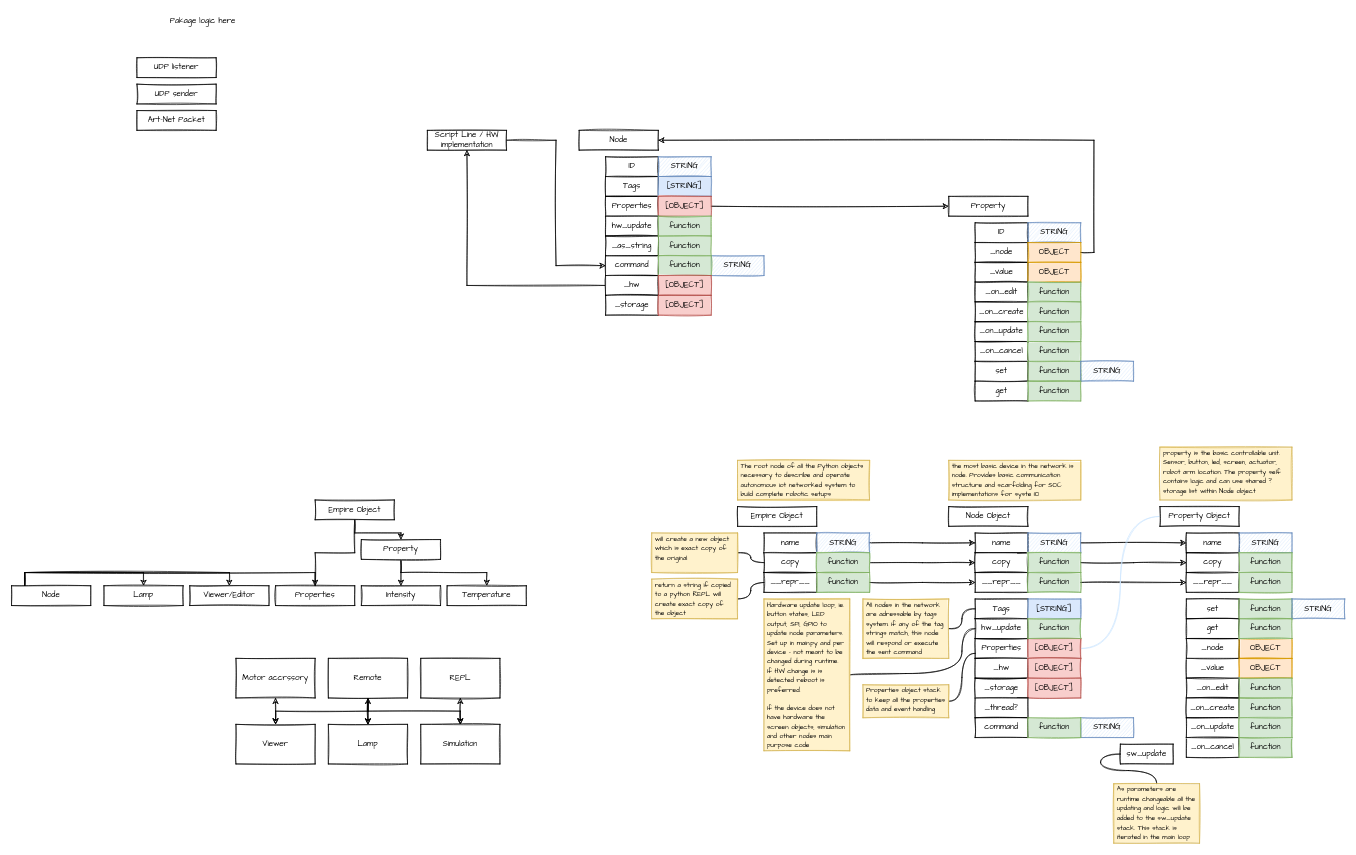
This is empire/Untitled Diagram.drawio from empire-ai/EmpireNode, a draw.io file, before an edit. Source tidied: cells renumbered, new cells numbered last; positions are measured from the earlier drawing's top-left corner, leaving out a move shared by most shapes. Both pictures are drawn from the tidied source at 66%, with x=0, y=0 at pixel (11, 11).
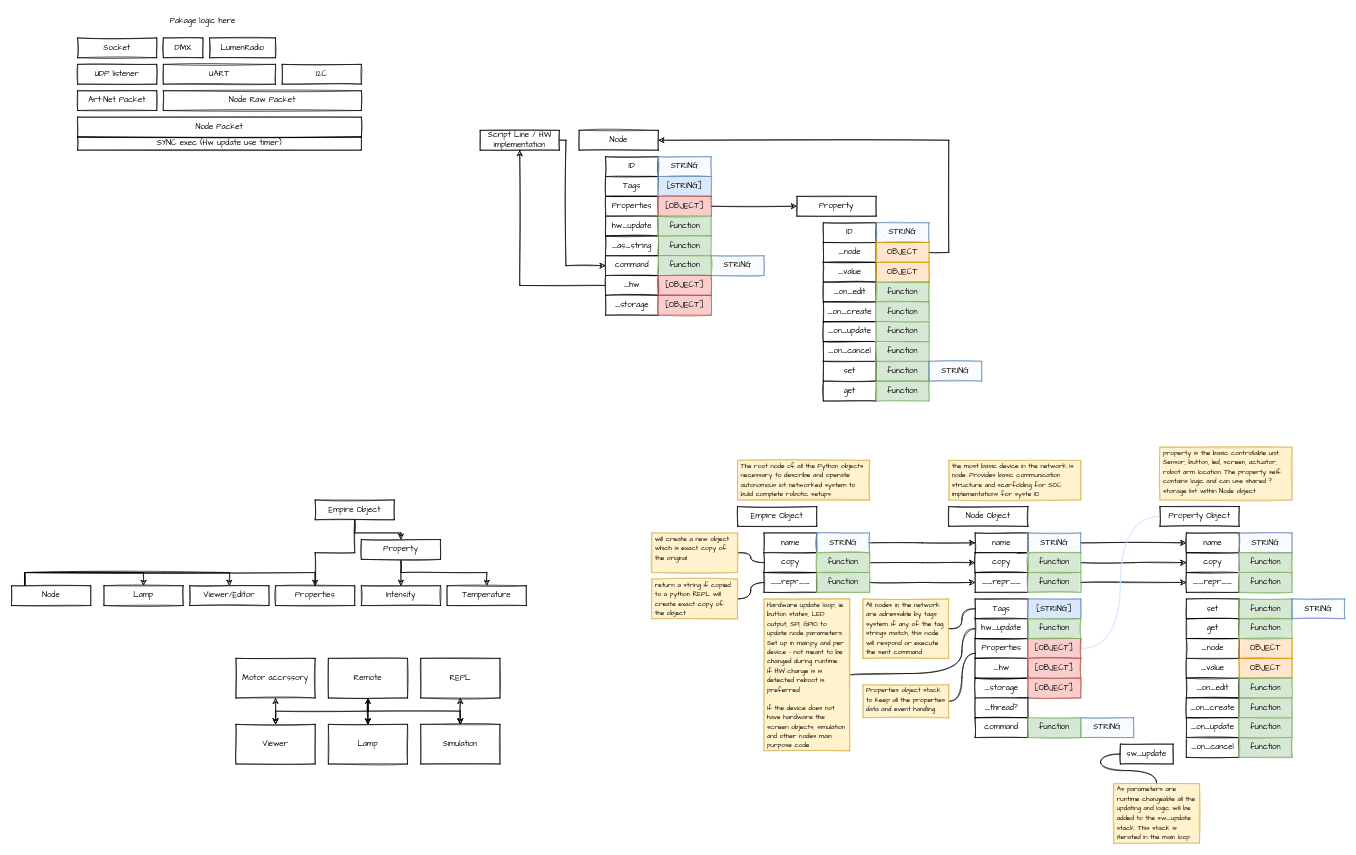
Above is the later version.

Unchanged cells that the change refers to:
```xml
<mxCell id="2" value="Node" style="rounded=0;whiteSpace=wrap;html=1;sketch=1;fontFamily=Architects Daughter;" parent="1" vertex="1">
  <mxGeometry x="860" y="180" width="120" height="30" as="geometry" />
</mxCell>
<mxCell id="32" value="command" style="rounded=0;whiteSpace=wrap;html=1;sketch=1;fontFamily=Architects Daughter;" parent="1" vertex="1">
  <mxGeometry x="900" y="370" width="80" height="30" as="geometry" />
</mxCell>
```

Diff of the diagram source:
```diff
@@
     <mxCell id="10" value="Property" style="rounded=0;whiteSpace=wrap;html=1;sketch=1;fontFamily=Architects Daughter;" parent="1" vertex="1">
-      <mxGeometry x="1420" y="280" width="120" height="30" as="geometry" />
+      <mxGeometry x="1190" y="280" width="120" height="30" as="geometry" />
     </mxCell>
     <mxCell id="11" value="ID" style="rounded=0;whiteSpace=wrap;html=1;sketch=1;fontFamily=Architects Daughter;" parent="1" vertex="1">
-      <mxGeometry x="1460" y="320" width="80" height="30" as="geometry" />
+      <mxGeometry x="1230" y="320" width="80" height="30" as="geometry" />
     </mxCell>
     <mxCell id="12" value="_value" style="rounded=0;whiteSpace=wrap;html=1;sketch=1;fontFamily=Architects Daughter;" parent="1" vertex="1">
-      <mxGeometry x="1460" y="380" width="80" height="30" as="geometry" />
+      <mxGeometry x="1230" y="380" width="80" height="30" as="geometry" />
     </mxCell>
     <mxCell id="13" value="STRING" style="rounded=0;whiteSpace=wrap;html=1;sketch=1;fontFamily=Architects Daughter;fillColor=#dae8fc;strokeColor=#6c8ebf;" parent="1" vertex="1">
-      <mxGeometry x="1540" y="320" width="80" height="30" as="geometry" />
+      <mxGeometry x="1310" y="320" width="80" height="30" as="geometry" />
     </mxCell>
     <mxCell id="14" value="OBJECT" style="rounded=0;whiteSpace=wrap;html=1;sketch=1;fontFamily=Architects Daughter;fillColor=#ffe6cc;strokeColor=#d79b00;fillStyle=solid;" parent="1" vertex="1">
-      <mxGeometry x="1540" y="380" width="80" height="30" as="geometry" />
+      <mxGeometry x="1310" y="380" width="80" height="30" as="geometry" />
     </mxCell>
     <mxCell id="15" value="_on_edit" style="rounded=0;whiteSpace=wrap;html=1;sketch=1;fontFamily=Architects Daughter;" parent="1" vertex="1">
-      <mxGeometry x="1460" y="410" width="80" height="30" as="geometry" />
+      <mxGeometry x="1230" y="410" width="80" height="30" as="geometry" />
     </mxCell>
     <mxCell id="16" value="function" style="rounded=0;whiteSpace=wrap;html=1;sketch=1;fontFamily=Architects Daughter;fillColor=#d5e8d4;strokeColor=#82b366;fillStyle=solid;" parent="1" vertex="1">
-      <mxGeometry x="1540" y="410" width="80" height="30" as="geometry" />
+      <mxGeometry x="1310" y="410" width="80" height="30" as="geometry" />
     </mxCell>
     <mxCell id="17" value="_on_create" style="rounded=0;whiteSpace=wrap;html=1;sketch=1;fontFamily=Architects Daughter;" parent="1" vertex="1">
-      <mxGeometry x="1460" y="440" width="80" height="30" as="geometry" />
+      <mxGeometry x="1230" y="440" width="80" height="30" as="geometry" />
     </mxCell>
     <mxCell id="18" value="function" style="rounded=0;whiteSpace=wrap;html=1;sketch=1;fontFamily=Architects Daughter;fillColor=#d5e8d4;strokeColor=#82b366;fillStyle=solid;" parent="1" vertex="1">
-      <mxGeometry x="1540" y="440" width="80" height="30" as="geometry" />
+      <mxGeometry x="1310" y="440" width="80" height="30" as="geometry" />
     </mxCell>
     <mxCell id="19" value="_on_cancel" style="rounded=0;whiteSpace=wrap;html=1;sketch=1;fontFamily=Architects Daughter;" parent="1" vertex="1">
-      <mxGeometry x="1460" y="500" width="80" height="30" as="geometry" />
+      <mxGeometry x="1230" y="500" width="80" height="30" as="geometry" />
     </mxCell>
     <mxCell id="20" value="function" style="rounded=0;whiteSpace=wrap;html=1;sketch=1;fontFamily=Architects Daughter;fillColor=#d5e8d4;strokeColor=#82b366;fillStyle=solid;" parent="1" vertex="1">
-      <mxGeometry x="1540" y="500" width="80" height="30" as="geometry" />
+      <mxGeometry x="1310" y="500" width="80" height="30" as="geometry" />
     </mxCell>
     <mxCell id="21" value="set" style="rounded=0;whiteSpace=wrap;html=1;sketch=1;fontFamily=Architects Daughter;" parent="1" vertex="1">
-      <mxGeometry x="1460" y="530" width="80" height="30" as="geometry" />
+      <mxGeometry x="1230" y="530" width="80" height="30" as="geometry" />
     </mxCell>
     <mxCell id="22" value="function" style="rounded=0;whiteSpace=wrap;html=1;sketch=1;fontFamily=Architects Daughter;fillColor=#d5e8d4;strokeColor=#82b366;fillStyle=solid;" parent="1" vertex="1">
-      <mxGeometry x="1540" y="530" width="80" height="30" as="geometry" />
+      <mxGeometry x="1310" y="530" width="80" height="30" as="geometry" />
     </mxCell>
     <mxCell id="23" value="STRING" style="rounded=0;whiteSpace=wrap;html=1;sketch=1;fontFamily=Architects Daughter;fillColor=#dae8fc;strokeColor=#6c8ebf;" parent="1" vertex="1">
-      <mxGeometry x="1620" y="530" width="80" height="30" as="geometry" />
+      <mxGeometry x="1390" y="530" width="80" height="30" as="geometry" />
     </mxCell>
     <mxCell id="24" value="get" style="rounded=0;whiteSpace=wrap;html=1;sketch=1;fontFamily=Architects Daughter;" parent="1" vertex="1">
-      <mxGeometry x="1460" y="560" width="80" height="30" as="geometry" />
+      <mxGeometry x="1230" y="560" width="80" height="30" as="geometry" />
     </mxCell>
     <mxCell id="25" value="function" style="rounded=0;whiteSpace=wrap;html=1;sketch=1;fontFamily=Architects Daughter;fillColor=#d5e8d4;strokeColor=#82b366;fillStyle=solid;" parent="1" vertex="1">
-      <mxGeometry x="1540" y="560" width="80" height="30" as="geometry" />
+      <mxGeometry x="1310" y="560" width="80" height="30" as="geometry" />
     </mxCell>
@@
     <mxCell id="27" value="_on_update" style="rounded=0;whiteSpace=wrap;html=1;sketch=1;fontFamily=Architects Daughter;" parent="1" vertex="1">
-      <mxGeometry x="1460" y="470" width="80" height="30" as="geometry" />
+      <mxGeometry x="1230" y="470" width="80" height="30" as="geometry" />
     </mxCell>
     <mxCell id="28" value="function" style="rounded=0;whiteSpace=wrap;html=1;sketch=1;fontFamily=Architects Daughter;fillColor=#d5e8d4;strokeColor=#82b366;fillStyle=solid;" parent="1" vertex="1">
-      <mxGeometry x="1540" y="470" width="80" height="30" as="geometry" />
+      <mxGeometry x="1310" y="470" width="80" height="30" as="geometry" />
     </mxCell>
@@
     <mxCell id="34" style="edgeStyle=orthogonalEdgeStyle;rounded=0;sketch=1;jettySize=auto;html=1;entryX=0;entryY=0.5;entryDx=0;entryDy=0;" parent="1" edge="1" source="35" target="32">
-      <mxGeometry relative="1" as="geometry" />
+      <mxGeometry relative="1" as="geometry">
+        <Array as="points">
+          <mxPoint x="840" y="195" />
+          <mxPoint x="840" y="385" />
+        </Array>
+      </mxGeometry>
     </mxCell>
     <mxCell id="35" value="Script Line / HW implementation" style="rounded=0;whiteSpace=wrap;html=1;sketch=1;fontFamily=Architects Daughter;" parent="1" vertex="1">
-      <mxGeometry x="630" y="180" width="120" height="30" as="geometry" />
+      <mxGeometry x="710" y="180" width="120" height="30" as="geometry" />
     </mxCell>
@@
     <mxCell id="40" value="_node" style="rounded=0;whiteSpace=wrap;html=1;sketch=1;fontFamily=Architects Daughter;" parent="1" vertex="1">
-      <mxGeometry x="1460" y="350" width="80" height="30" as="geometry" />
+      <mxGeometry x="1230" y="350" width="80" height="30" as="geometry" />
     </mxCell>
     <mxCell id="41" style="edgeStyle=orthogonalEdgeStyle;rounded=0;sketch=1;jettySize=auto;html=1;entryX=1;entryY=0.5;entryDx=0;entryDy=0;" parent="1" edge="1" source="42" target="2">
       <mxGeometry relative="1" as="geometry">
         <Array as="points">
-          <mxPoint x="1640" y="365" />
-          <mxPoint x="1640" y="195" />
+          <mxPoint x="1420" y="365" />
+          <mxPoint x="1420" y="195" />
         </Array>
       </mxGeometry>
     </mxCell>
     <mxCell id="42" value="OBJECT" style="rounded=0;whiteSpace=wrap;html=1;sketch=1;fontFamily=Architects Daughter;fillColor=#ffe6cc;strokeColor=#d79b00;fillStyle=solid;" parent="1" vertex="1">
-      <mxGeometry x="1540" y="350" width="80" height="30" as="geometry" />
+      <mxGeometry x="1310" y="350" width="80" height="30" as="geometry" />
     </mxCell>
@@
     <mxCell id="117" value="UDP listener" style="rounded=0;whiteSpace=wrap;html=1;sketch=1;fontFamily=Architects Daughter;" parent="1" vertex="1">
-      <mxGeometry x="190" y="70" width="120" height="30" as="geometry" />
+      <mxGeometry x="100" y="80" width="120" height="30" as="geometry" />
     </mxCell>
-    <mxCell id="118" value="UDP sender" style="rounded=0;whiteSpace=wrap;html=1;sketch=1;fontFamily=Architects Daughter;" parent="1" vertex="1">
-      <mxGeometry x="190" y="110" width="120" height="30" as="geometry" />
+    <mxCell id="118" value="Socket" style="rounded=0;whiteSpace=wrap;html=1;sketch=1;fontFamily=Architects Daughter;" parent="1" vertex="1">
+      <mxGeometry x="100" y="40" width="120" height="30" as="geometry" />
     </mxCell>
     <mxCell id="119" value="Art-Net Packet" style="rounded=0;whiteSpace=wrap;html=1;sketch=1;fontFamily=Architects Daughter;" parent="1" vertex="1">
-      <mxGeometry x="190" y="150" width="120" height="30" as="geometry" />
+      <mxGeometry x="100" y="120" width="120" height="30" as="geometry" />
     </mxCell>
@@
+    <mxCell id="151" value="Node Packet" style="rounded=0;whiteSpace=wrap;html=1;sketch=1;fontFamily=Architects Daughter;" parent="1" vertex="1">
+      <mxGeometry x="100" y="160" width="430" height="30" as="geometry" />
+    </mxCell>
+    <mxCell id="152" value="Node Raw Packet" style="rounded=0;whiteSpace=wrap;html=1;sketch=1;fontFamily=Architects Daughter;" parent="1" vertex="1">
+      <mxGeometry x="230" y="120" width="300" height="30" as="geometry" />
+    </mxCell>
+    <mxCell id="153" value="UART" style="rounded=0;whiteSpace=wrap;html=1;sketch=1;fontFamily=Architects Daughter;" parent="1" vertex="1">
+      <mxGeometry x="230" y="80" width="170" height="30" as="geometry" />
+    </mxCell>
+    <mxCell id="154" value="I2C" style="rounded=0;whiteSpace=wrap;html=1;sketch=1;fontFamily=Architects Daughter;" parent="1" vertex="1">
+      <mxGeometry x="410" y="80" width="120" height="30" as="geometry" />
+    </mxCell>
+    <mxCell id="155" value="DMX" style="rounded=0;whiteSpace=wrap;html=1;sketch=1;fontFamily=Architects Daughter;" parent="1" vertex="1">
+      <mxGeometry x="230" y="40" width="60" height="30" as="geometry" />
+    </mxCell>
+    <mxCell id="156" value="LumenRadio" style="rounded=0;whiteSpace=wrap;html=1;sketch=1;fontFamily=Architects Daughter;" parent="1" vertex="1">
+      <mxGeometry x="300" y="40" width="100" height="30" as="geometry" />
+    </mxCell>
+    <mxCell id="157" value="SYNC exec (Hw update use timer)" style="rounded=0;whiteSpace=wrap;html=1;sketch=1;fontFamily=Architects Daughter;" parent="1" vertex="1">
+      <mxGeometry x="100" y="190" width="430" height="20" as="geometry" />
+    </mxCell>
```
